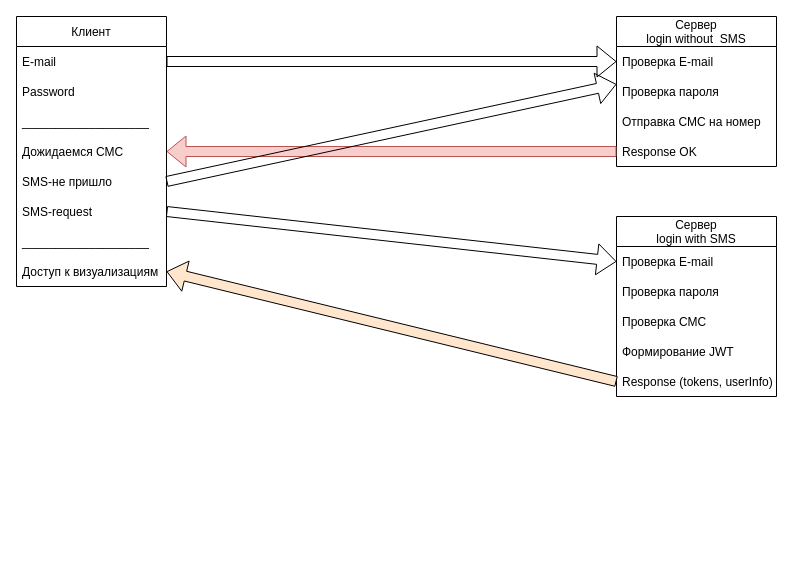
Earlier version of the draw.io diagram SchemeKvanta.drawio (89224747505/diagrams). Source tidied: cells renumbered, new cells numbered last; positions are measured from the earlier drawing's top-left corner, leaving out a move shared by most shapes. Both pictures are drawn from the tidied source at 100%, with x=0, y=0 at pixel (16, 16).
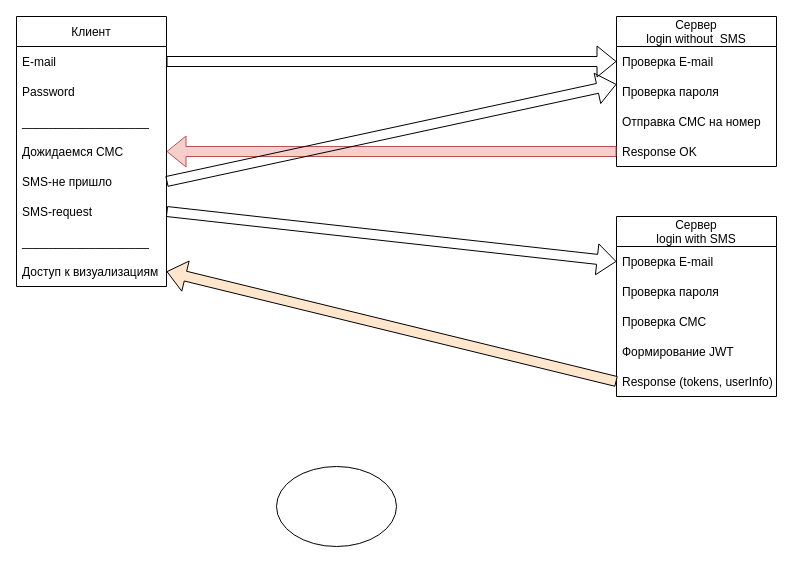
Above is the later version.

Diff of the diagram source:
```diff
@@
+    <mxCell id="27" style="ellipse;whiteSpace=wrap;html=1;" parent="1" vertex="1">
+      <mxGeometry x="260" y="450" width="120" height="80" as="geometry" />
+    </mxCell>
```
